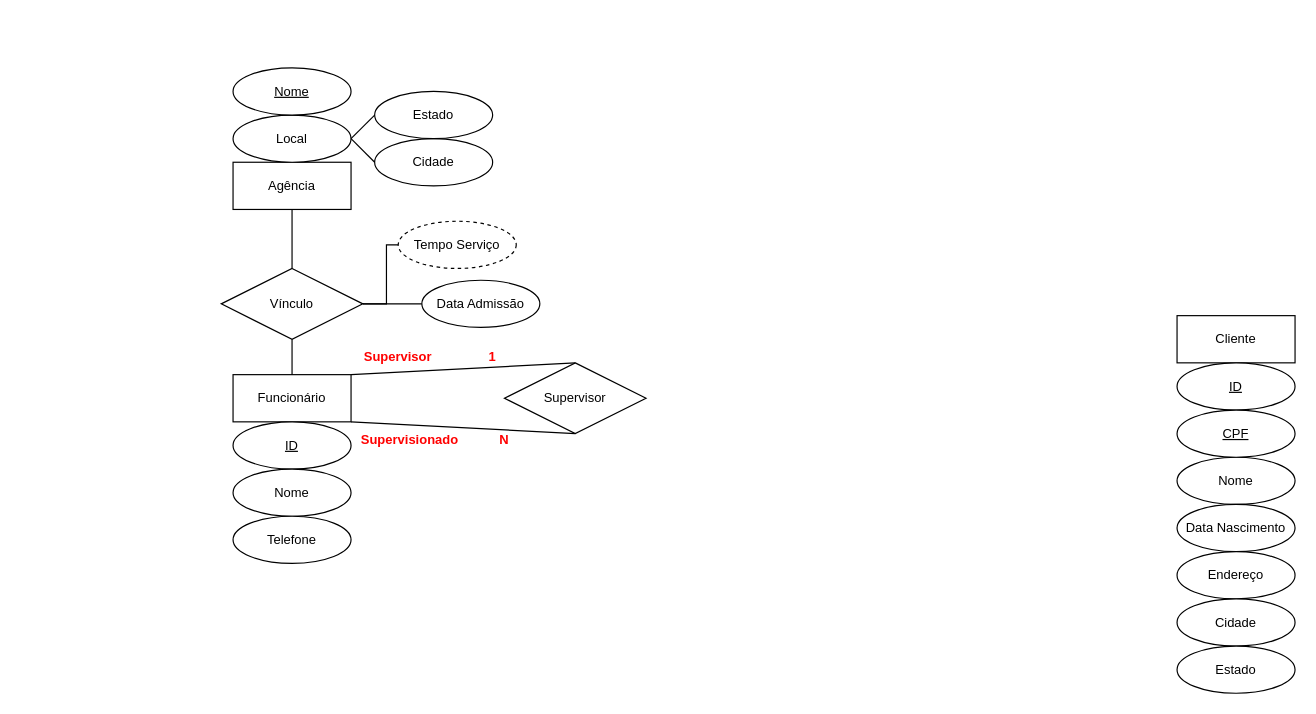
The draw.io diagram Aula 2 - Ex 3.drawio in artfrc/SBD, before the edit. Source tidied: cells renumbered, new cells numbered last; positions are measured from the earlier drawing's top-left corner, leaving out a move shared by most shapes. Both pictures are drawn from the tidied source at 118%, with x=0, y=0 at pixel (221, 67).
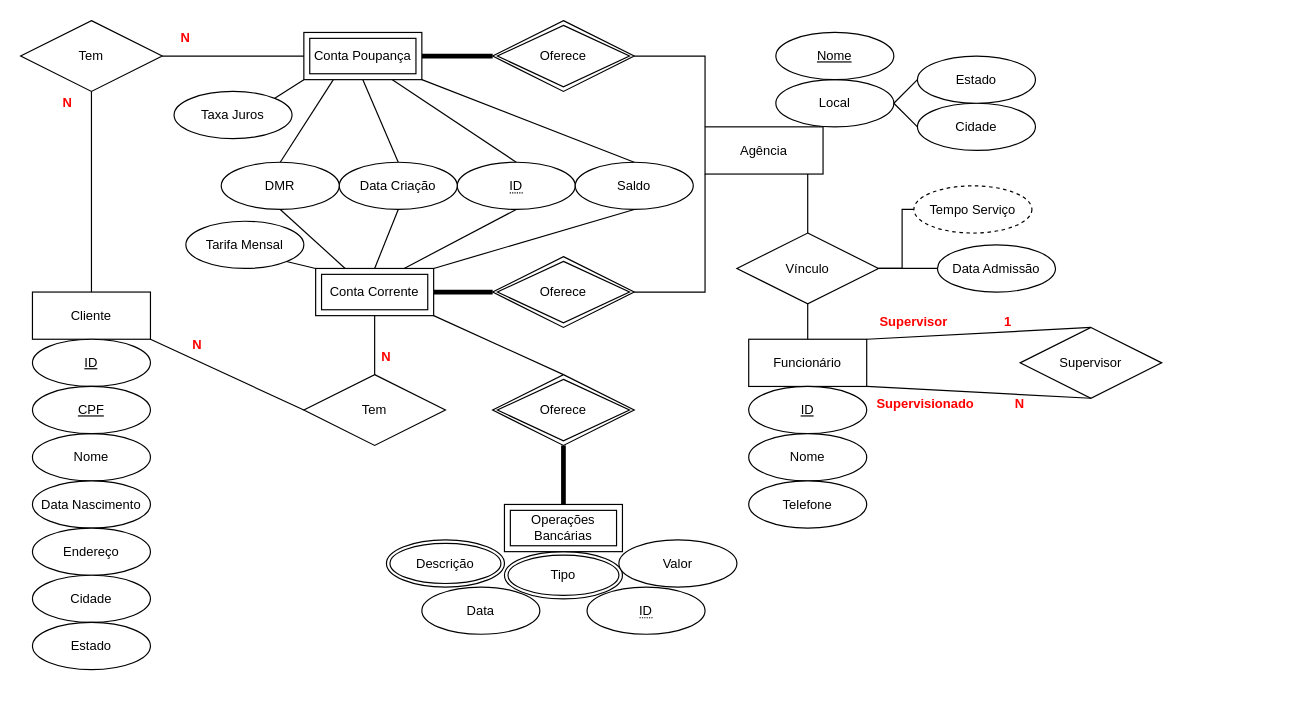
Above is the later version.

Change to the diagram source:
```diff
@@
+    <mxCell id="35" style="edgeStyle=orthogonalEdgeStyle;rounded=0;jettySize=auto;html=1;exitX=0;exitY=0;exitDx=0;exitDy=0;entryX=1;entryY=0.5;entryDx=0;entryDy=0;fontSize=11;fontColor=#000000;endArrow=none;endFill=0;strokeWidth=1;" parent="1" edge="1" source="2" target="38">
+      <mxGeometry relative="1" as="geometry" />
+    </mxCell>
+    <mxCell id="36" style="edgeStyle=orthogonalEdgeStyle;rounded=0;jettySize=auto;html=1;exitX=0;exitY=1;exitDx=0;exitDy=0;entryX=1;entryY=0.5;entryDx=0;entryDy=0;fontSize=11;fontColor=#000000;endArrow=none;endFill=0;strokeWidth=1;" parent="1" edge="1" source="2" target="43">
+      <mxGeometry relative="1" as="geometry" />
+    </mxCell>
     <mxCell id="2" value="Agência" style="whiteSpace=wrap;html=1;align=center;fontSize=11;fontColor=#000000;" parent="1" vertex="1">
-      <mxGeometry x="10" y="80" width="100" height="40" as="geometry" />
+      <mxGeometry x="410" y="50" width="100" height="40" as="geometry" />
     </mxCell>
     <mxCell id="3" value="Local" style="ellipse;whiteSpace=wrap;html=1;align=center;fontSize=11;fontColor=#000000;" parent="1" vertex="1">
-      <mxGeometry x="10" y="40" width="100" height="40" as="geometry" />
+      <mxGeometry x="470" y="10" width="100" height="40" as="geometry" />
     </mxCell>
     <mxCell id="4" value="Cidade" style="ellipse;whiteSpace=wrap;html=1;align=center;fontSize=11;fontColor=#000000;" parent="1" vertex="1">
-      <mxGeometry x="130" y="60" width="100" height="40" as="geometry" />
+      <mxGeometry x="590" y="30" width="100" height="40" as="geometry" />
     </mxCell>
     <mxCell id="5" value="Estado" style="ellipse;whiteSpace=wrap;html=1;align=center;fontSize=11;fontColor=#000000;" parent="1" vertex="1">
-      <mxGeometry x="130" y="20" width="100" height="40" as="geometry" />
+      <mxGeometry x="590" y="-10" width="100" height="40" as="geometry" />
     </mxCell>
     <mxCell id="6" style="endArrow=none;html=1;rounded=0;fontSize=11;fontColor=#000000;strokeWidth=1;exitX=1;exitY=0.5;exitDx=0;exitDy=0;" parent="1" edge="1" source="3">
       <mxGeometry relative="1" as="geometry">
-        <mxPoint x="130" y="40" as="targetPoint" />
+        <mxPoint x="590" y="10" as="targetPoint" />
       </mxGeometry>
     </mxCell>
     <mxCell id="7" style="endArrow=none;html=1;rounded=0;fontSize=11;fontColor=#000000;strokeWidth=1;entryX=0;entryY=0.5;entryDx=0;entryDy=0;" parent="1" edge="1" target="4">
       <mxGeometry relative="1" as="geometry">
-        <mxPoint x="110" y="60" as="sourcePoint" />
+        <mxPoint x="570" y="30" as="sourcePoint" />
       </mxGeometry>
     </mxCell>
     <mxCell id="8" value="Nome" style="ellipse;whiteSpace=wrap;html=1;align=center;fontStyle=4;fontSize=11;fontColor=#000000;" parent="1" vertex="1">
-      <mxGeometry x="10" width="100" height="40" as="geometry" />
+      <mxGeometry x="470" y="-30" width="100" height="40" as="geometry" />
     </mxCell>
     <mxCell id="9" value="Cliente" style="whiteSpace=wrap;html=1;align=center;fontSize=11;fontColor=#000000;" parent="1" vertex="1">
-      <mxGeometry x="810" y="210" width="100" height="40" as="geometry" />
+      <mxGeometry x="-160" y="190" width="100" height="40" as="geometry" />
     </mxCell>
     <mxCell id="10" value="ID" style="ellipse;whiteSpace=wrap;html=1;align=center;fontStyle=4;fontSize=11;fontColor=#000000;" parent="1" vertex="1">
-      <mxGeometry x="810" y="250" width="100" height="40" as="geometry" />
+      <mxGeometry x="-160" y="230" width="100" height="40" as="geometry" />
     </mxCell>
     <mxCell id="11" value="Nome" style="ellipse;whiteSpace=wrap;html=1;align=center;fontSize=11;fontColor=#000000;" parent="1" vertex="1">
-      <mxGeometry x="810" y="330" width="100" height="40" as="geometry" />
+      <mxGeometry x="-160" y="310" width="100" height="40" as="geometry" />
     </mxCell>
     <mxCell id="12" value="CPF" style="ellipse;whiteSpace=wrap;html=1;align=center;fontSize=11;fontColor=#000000;fontStyle=4;" parent="1" vertex="1">
-      <mxGeometry x="810" y="290" width="100" height="40" as="geometry" />
+      <mxGeometry x="-160" y="270" width="100" height="40" as="geometry" />
     </mxCell>
     <mxCell id="13" value="Data Nascimento" style="ellipse;whiteSpace=wrap;html=1;align=center;fontSize=11;fontColor=#000000;" parent="1" vertex="1">
-      <mxGeometry x="810" y="370" width="100" height="40" as="geometry" />
+      <mxGeometry x="-160" y="350" width="100" height="40" as="geometry" />
     </mxCell>
     <mxCell id="14" value="Endereço" style="ellipse;whiteSpace=wrap;html=1;align=center;fontSize=11;fontColor=#000000;" parent="1" vertex="1">
-      <mxGeometry x="810" y="410" width="100" height="40" as="geometry" />
+      <mxGeometry x="-160" y="390" width="100" height="40" as="geometry" />
     </mxCell>
     <mxCell id="15" value="Cidade" style="ellipse;whiteSpace=wrap;html=1;align=center;fontSize=11;fontColor=#000000;" parent="1" vertex="1">
-      <mxGeometry x="810" y="450" width="100" height="40" as="geometry" />
+      <mxGeometry x="-160" y="430" width="100" height="40" as="geometry" />
     </mxCell>
     <mxCell id="16" value="Estado" style="ellipse;whiteSpace=wrap;html=1;align=center;fontSize=11;fontColor=#000000;" parent="1" vertex="1">
-      <mxGeometry x="810" y="490" width="100" height="40" as="geometry" />
+      <mxGeometry x="-160" y="470" width="100" height="40" as="geometry" />
     </mxCell>
     <mxCell id="17" value="Funcionário" style="whiteSpace=wrap;html=1;align=center;fontSize=11;fontColor=#000000;" parent="1" vertex="1">
-      <mxGeometry x="10" y="260" width="100" height="40" as="geometry" />
+      <mxGeometry x="447" y="230" width="100" height="40" as="geometry" />
     </mxCell>
     <mxCell id="18" value="ID" style="ellipse;whiteSpace=wrap;html=1;align=center;fontStyle=4;fontSize=11;fontColor=#000000;" parent="1" vertex="1">
-      <mxGeometry x="10" y="300" width="100" height="40" as="geometry" />
+      <mxGeometry x="447" y="270" width="100" height="40" as="geometry" />
     </mxCell>
     <mxCell id="19" value="Nome" style="ellipse;whiteSpace=wrap;html=1;align=center;fontSize=11;fontColor=#000000;" parent="1" vertex="1">
-      <mxGeometry x="10" y="340" width="100" height="40" as="geometry" />
+      <mxGeometry x="447" y="310" width="100" height="40" as="geometry" />
     </mxCell>
     <mxCell id="20" value="Telefone" style="ellipse;whiteSpace=wrap;html=1;align=center;fontSize=11;fontColor=#000000;" parent="1" vertex="1">
-      <mxGeometry x="10" y="380" width="100" height="40" as="geometry" />
+      <mxGeometry x="447" y="350" width="100" height="40" as="geometry" />
     </mxCell>
     <mxCell id="21" value="Supervisor" style="shape=rhombus;perimeter=rhombusPerimeter;whiteSpace=wrap;html=1;align=center;fontSize=11;fontColor=#000000;" parent="1" vertex="1">
-      <mxGeometry x="240" y="250" width="120" height="60" as="geometry" />
+      <mxGeometry x="677" y="220" width="120" height="60" as="geometry" />
     </mxCell>
@@
     <mxCell id="24" value="&lt;b&gt;&lt;font color=&quot;#ff0000&quot;&gt;Supervisionado&lt;/font&gt;&lt;/b&gt;" style="text;html=1;strokeColor=none;fillColor=none;align=center;verticalAlign=middle;whiteSpace=wrap;rounded=0;fontSize=11;fontColor=#000000;" parent="1" vertex="1">
-      <mxGeometry x="130" y="300" width="60" height="30" as="geometry" />
+      <mxGeometry x="567" y="270" width="60" height="30" as="geometry" />
     </mxCell>
     <mxCell id="25" value="&lt;b&gt;&lt;font color=&quot;#ff0000&quot;&gt;Supervisor&lt;/font&gt;&lt;/b&gt;" style="text;html=1;strokeColor=none;fillColor=none;align=center;verticalAlign=middle;whiteSpace=wrap;rounded=0;fontSize=11;fontColor=#000000;" parent="1" vertex="1">
-      <mxGeometry x="120" y="230" width="60" height="30" as="geometry" />
+      <mxGeometry x="557" y="200" width="60" height="30" as="geometry" />
     </mxCell>
     <mxCell id="26" value="&lt;b&gt;&lt;font color=&quot;#ff0000&quot;&gt;1&lt;/font&gt;&lt;/b&gt;" style="text;html=1;strokeColor=none;fillColor=none;align=center;verticalAlign=middle;whiteSpace=wrap;rounded=0;fontSize=11;fontColor=#000000;" parent="1" vertex="1">
-      <mxGeometry x="200" y="230" width="60" height="30" as="geometry" />
+      <mxGeometry x="637" y="200" width="60" height="30" as="geometry" />
     </mxCell>
     <mxCell id="27" value="&lt;b&gt;&lt;font color=&quot;#ff0000&quot;&gt;N&lt;/font&gt;&lt;/b&gt;" style="text;html=1;strokeColor=none;fillColor=none;align=center;verticalAlign=middle;whiteSpace=wrap;rounded=0;fontSize=11;fontColor=#000000;" parent="1" vertex="1">
-      <mxGeometry x="210" y="300" width="60" height="30" as="geometry" />
+      <mxGeometry x="647" y="270" width="60" height="30" as="geometry" />
     </mxCell>
@@
-    <mxCell id="29" style="edgeStyle=orthogonalEdgeStyle;rounded=0;jettySize=auto;html=1;exitX=0.5;exitY=0;exitDx=0;exitDy=0;entryX=0.5;entryY=1;entryDx=0;entryDy=0;fontSize=11;fontColor=#000000;endArrow=none;endFill=0;strokeWidth=1;" parent="1" edge="1" source="32" target="2">
-      <mxGeometry relative="1" as="geometry" />
+    <mxCell id="29" style="edgeStyle=orthogonalEdgeStyle;rounded=0;jettySize=auto;html=1;exitX=0.5;exitY=0;exitDx=0;exitDy=0;entryX=0.5;entryY=1;entryDx=0;entryDy=0;fontSize=11;fontColor=#000000;endArrow=none;endFill=0;strokeWidth=1;" parent="1" edge="1" source="32">
+      <mxGeometry relative="1" as="geometry">
+        <mxPoint x="497" y="90" as="targetPoint" />
+      </mxGeometry>
     </mxCell>
@@
     <mxCell id="32" value="Vínculo" style="shape=rhombus;perimeter=rhombusPerimeter;whiteSpace=wrap;html=1;align=center;fontSize=11;fontColor=#000000;" parent="1" vertex="1">
-      <mxGeometry y="170" width="120" height="60" as="geometry" />
+      <mxGeometry x="437" y="140" width="120" height="60" as="geometry" />
     </mxCell>
     <mxCell id="33" value="Data Admissão" style="ellipse;whiteSpace=wrap;html=1;align=center;fontSize=11;fontColor=#000000;" parent="1" vertex="1">
-      <mxGeometry x="170" y="180" width="100" height="40" as="geometry" />
+      <mxGeometry x="607" y="150" width="100" height="40" as="geometry" />
     </mxCell>
     <mxCell id="34" value="Tempo Serviço" style="ellipse;whiteSpace=wrap;html=1;align=center;dashed=1;fontSize=11;fontColor=#000000;" parent="1" vertex="1">
-      <mxGeometry x="150" y="130" width="100" height="40" as="geometry" />
+      <mxGeometry x="587" y="100" width="100" height="40" as="geometry" />
     </mxCell>
+    <mxCell id="37" style="edgeStyle=orthogonalEdgeStyle;rounded=0;jettySize=auto;html=1;exitX=0;exitY=0.5;exitDx=0;exitDy=0;entryX=1;entryY=0.5;entryDx=0;entryDy=0;fontSize=11;fontColor=#000000;endArrow=none;endFill=0;strokeWidth=4;" parent="1" edge="1" source="38" target="39">
+      <mxGeometry relative="1" as="geometry" />
+    </mxCell>
+    <mxCell id="38" value="Oferece" style="shape=rhombus;double=1;perimeter=rhombusPerimeter;whiteSpace=wrap;html=1;align=center;fontSize=11;fontColor=#000000;" parent="1" vertex="1">
+      <mxGeometry x="230" y="-40" width="120" height="60" as="geometry" />
+    </mxCell>
+    <mxCell id="39" value="Conta Poupança" style="shape=ext;margin=3;double=1;whiteSpace=wrap;html=1;align=center;fontSize=11;fontColor=#000000;" parent="1" vertex="1">
+      <mxGeometry x="70" y="-30" width="100" height="40" as="geometry" />
+    </mxCell>
+    <mxCell id="40" value="&lt;span style=&quot;border-bottom: 1px dotted&quot;&gt;ID&lt;/span&gt;" style="ellipse;whiteSpace=wrap;html=1;align=center;fontSize=11;fontColor=#000000;" parent="1" vertex="1">
+      <mxGeometry x="200" y="80" width="100" height="40" as="geometry" />
+    </mxCell>
+    <mxCell id="41" value="Data Criação" style="ellipse;whiteSpace=wrap;html=1;align=center;fontSize=11;fontColor=#000000;" parent="1" vertex="1">
+      <mxGeometry x="100" y="80" width="100" height="40" as="geometry" />
+    </mxCell>
+    <mxCell id="42" style="edgeStyle=orthogonalEdgeStyle;rounded=0;jettySize=auto;html=1;exitX=0;exitY=0.5;exitDx=0;exitDy=0;entryX=1;entryY=0.5;entryDx=0;entryDy=0;fontSize=11;fontColor=#000000;endArrow=none;endFill=0;strokeWidth=4;" parent="1" edge="1" source="43" target="44">
+      <mxGeometry relative="1" as="geometry" />
+    </mxCell>
+    <mxCell id="43" value="Oferece" style="shape=rhombus;double=1;perimeter=rhombusPerimeter;whiteSpace=wrap;html=1;align=center;fontSize=11;fontColor=#000000;" parent="1" vertex="1">
+      <mxGeometry x="230" y="160" width="120" height="60" as="geometry" />
+    </mxCell>
+    <mxCell id="44" value="Conta Corrente" style="shape=ext;margin=3;double=1;whiteSpace=wrap;html=1;align=center;fontSize=11;fontColor=#000000;" parent="1" vertex="1">
+      <mxGeometry x="80" y="170" width="100" height="40" as="geometry" />
+    </mxCell>
+    <mxCell id="45" value="Saldo" style="ellipse;whiteSpace=wrap;html=1;align=center;fontSize=11;fontColor=#000000;" parent="1" vertex="1">
+      <mxGeometry x="300" y="80" width="100" height="40" as="geometry" />
+    </mxCell>
+    <mxCell id="46" value="DMR" style="ellipse;whiteSpace=wrap;html=1;align=center;fontSize=11;fontColor=#000000;" parent="1" vertex="1">
+      <mxGeometry y="80" width="100" height="40" as="geometry" />
+    </mxCell>
+    <mxCell id="47" style="endArrow=none;html=1;rounded=0;fontSize=11;fontColor=#000000;strokeWidth=1;exitX=0.5;exitY=1;exitDx=0;exitDy=0;entryX=0.25;entryY=0;entryDx=0;entryDy=0;" parent="1" edge="1" source="46" target="44">
+      <mxGeometry relative="1" as="geometry" />
+    </mxCell>
+    <mxCell id="48" style="endArrow=none;html=1;rounded=0;fontSize=11;fontColor=#000000;strokeWidth=1;exitX=0.5;exitY=1;exitDx=0;exitDy=0;entryX=0.5;entryY=0;entryDx=0;entryDy=0;" parent="1" edge="1" source="41" target="44">
+      <mxGeometry relative="1" as="geometry" />
+    </mxCell>
+    <mxCell id="49" style="endArrow=none;html=1;rounded=0;fontSize=11;fontColor=#000000;strokeWidth=1;exitX=0.5;exitY=1;exitDx=0;exitDy=0;entryX=0.75;entryY=0;entryDx=0;entryDy=0;" parent="1" edge="1" source="40" target="44">
+      <mxGeometry relative="1" as="geometry" />
+    </mxCell>
+    <mxCell id="50" style="endArrow=none;html=1;rounded=0;fontSize=11;fontColor=#000000;strokeWidth=1;exitX=0.5;exitY=1;exitDx=0;exitDy=0;entryX=1;entryY=0;entryDx=0;entryDy=0;" parent="1" edge="1" source="45" target="44">
+      <mxGeometry relative="1" as="geometry" />
+    </mxCell>
+    <mxCell id="51" style="endArrow=none;html=1;rounded=0;fontSize=11;fontColor=#000000;strokeWidth=1;exitX=1;exitY=1;exitDx=0;exitDy=0;entryX=0.5;entryY=0;entryDx=0;entryDy=0;" parent="1" edge="1" source="39" target="45">
+      <mxGeometry relative="1" as="geometry" />
+    </mxCell>
+    <mxCell id="52" style="endArrow=none;html=1;rounded=0;fontSize=11;fontColor=#000000;strokeWidth=1;exitX=0.75;exitY=1;exitDx=0;exitDy=0;entryX=0.5;entryY=0;entryDx=0;entryDy=0;" parent="1" edge="1" source="39" target="40">
+      <mxGeometry relative="1" as="geometry" />
+    </mxCell>
+    <mxCell id="53" style="endArrow=none;html=1;rounded=0;fontSize=11;fontColor=#000000;strokeWidth=1;exitX=0.5;exitY=1;exitDx=0;exitDy=0;entryX=0.5;entryY=0;entryDx=0;entryDy=0;" parent="1" edge="1" source="39" target="41">
+      <mxGeometry relative="1" as="geometry" />
+    </mxCell>
+    <mxCell id="54" style="endArrow=none;html=1;rounded=0;fontSize=11;fontColor=#000000;strokeWidth=1;exitX=0.25;exitY=1;exitDx=0;exitDy=0;entryX=0.5;entryY=0;entryDx=0;entryDy=0;" parent="1" edge="1" source="39" target="46">
+      <mxGeometry relative="1" as="geometry" />
+    </mxCell>
+    <mxCell id="55" value="Taxa Juros" style="ellipse;whiteSpace=wrap;html=1;align=center;fontSize=11;fontColor=#000000;" parent="1" vertex="1">
+      <mxGeometry x="-40" y="20" width="100" height="40" as="geometry" />
+    </mxCell>
+    <mxCell id="56" style="endArrow=none;html=1;rounded=0;fontSize=11;fontColor=#000000;strokeWidth=1;exitX=0;exitY=1;exitDx=0;exitDy=0;entryX=1;entryY=0;entryDx=0;entryDy=0;" parent="1" edge="1" source="39" target="55">
+      <mxGeometry relative="1" as="geometry" />
+    </mxCell>
+    <mxCell id="57" value="Tarifa Mensal" style="ellipse;whiteSpace=wrap;html=1;align=center;fontSize=11;fontColor=#000000;" parent="1" vertex="1">
+      <mxGeometry x="-30" y="130" width="100" height="40" as="geometry" />
+    </mxCell>
+    <mxCell id="58" style="endArrow=none;html=1;rounded=0;fontSize=11;fontColor=#000000;strokeWidth=1;exitX=0;exitY=0;exitDx=0;exitDy=0;entryX=1;entryY=1;entryDx=0;entryDy=0;" parent="1" edge="1" source="44" target="57">
+      <mxGeometry relative="1" as="geometry" />
+    </mxCell>
+    <mxCell id="59" style="edgeStyle=orthogonalEdgeStyle;rounded=0;jettySize=auto;html=1;exitX=1;exitY=0.5;exitDx=0;exitDy=0;entryX=0;entryY=0.5;entryDx=0;entryDy=0;fontSize=11;fontColor=#000000;endArrow=none;endFill=0;strokeWidth=1;" parent="1" edge="1" source="61" target="39">
+      <mxGeometry relative="1" as="geometry" />
+    </mxCell>
+    <mxCell id="60" style="edgeStyle=orthogonalEdgeStyle;rounded=0;jettySize=auto;html=1;exitX=0.5;exitY=1;exitDx=0;exitDy=0;entryX=0.5;entryY=0;entryDx=0;entryDy=0;fontSize=11;fontColor=#000000;endArrow=none;endFill=0;strokeWidth=1;" parent="1" edge="1" source="61" target="9">
+      <mxGeometry relative="1" as="geometry" />
+    </mxCell>
+    <mxCell id="61" value="Tem" style="shape=rhombus;perimeter=rhombusPerimeter;whiteSpace=wrap;html=1;align=center;fontSize=11;fontColor=#000000;" parent="1" vertex="1">
+      <mxGeometry x="-170" y="-40" width="120" height="60" as="geometry" />
+    </mxCell>
+    <mxCell id="62" value="Tem" style="shape=rhombus;perimeter=rhombusPerimeter;whiteSpace=wrap;html=1;align=center;fontSize=11;fontColor=#000000;" parent="1" vertex="1">
+      <mxGeometry x="70" y="260" width="120" height="60" as="geometry" />
+    </mxCell>
+    <mxCell id="63" style="endArrow=none;html=1;rounded=0;fontSize=11;fontColor=#000000;strokeWidth=1;exitX=1;exitY=1;exitDx=0;exitDy=0;entryX=0;entryY=0.5;entryDx=0;entryDy=0;" parent="1" edge="1" source="9" target="62">
+      <mxGeometry relative="1" as="geometry" />
+    </mxCell>
+    <mxCell id="64" style="endArrow=none;html=1;rounded=0;fontSize=11;fontColor=#000000;strokeWidth=1;exitX=0.5;exitY=0;exitDx=0;exitDy=0;entryX=0.5;entryY=1;entryDx=0;entryDy=0;" parent="1" edge="1" source="62" target="44">
+      <mxGeometry relative="1" as="geometry" />
+    </mxCell>
+    <mxCell id="65" value="&lt;b&gt;&lt;font color=&quot;#ff0000&quot;&gt;N&lt;/font&gt;&lt;/b&gt;" style="text;html=1;strokeColor=none;fillColor=none;align=center;verticalAlign=middle;whiteSpace=wrap;rounded=0;fontSize=11;fontColor=#000000;" parent="1" vertex="1">
+      <mxGeometry x="-60" y="-40" width="60" height="30" as="geometry" />
+    </mxCell>
+    <mxCell id="66" value="&lt;b&gt;&lt;font color=&quot;#ff0000&quot;&gt;N&lt;/font&gt;&lt;/b&gt;" style="text;html=1;strokeColor=none;fillColor=none;align=center;verticalAlign=middle;whiteSpace=wrap;rounded=0;fontSize=11;fontColor=#000000;" parent="1" vertex="1">
+      <mxGeometry x="-160" y="15" width="60" height="30" as="geometry" />
+    </mxCell>
+    <mxCell id="67" value="&lt;b&gt;&lt;font color=&quot;#ff0000&quot;&gt;N&lt;/font&gt;&lt;/b&gt;" style="text;html=1;strokeColor=none;fillColor=none;align=center;verticalAlign=middle;whiteSpace=wrap;rounded=0;fontSize=11;fontColor=#000000;" parent="1" vertex="1">
+      <mxGeometry x="-50" y="220" width="60" height="30" as="geometry" />
+    </mxCell>
+    <mxCell id="68" value="&lt;b&gt;&lt;font color=&quot;#ff0000&quot;&gt;N&lt;/font&gt;&lt;/b&gt;" style="text;html=1;strokeColor=none;fillColor=none;align=center;verticalAlign=middle;whiteSpace=wrap;rounded=0;fontSize=11;fontColor=#000000;" parent="1" vertex="1">
+      <mxGeometry x="110" y="230" width="60" height="30" as="geometry" />
+    </mxCell>
+    <mxCell id="69" style="endArrow=none;html=1;rounded=0;fontSize=11;fontColor=#000000;strokeWidth=1;exitX=1;exitY=1;exitDx=0;exitDy=0;entryX=0.5;entryY=0;entryDx=0;entryDy=0;" parent="1" edge="1" source="44">
+      <mxGeometry relative="1" as="geometry">
+        <mxPoint x="290" y="260" as="targetPoint" />
+      </mxGeometry>
+    </mxCell>
+    <mxCell id="70" style="endArrow=none;html=1;rounded=0;fontSize=11;fontColor=#000000;strokeWidth=4;entryX=0.5;entryY=1;entryDx=0;entryDy=0;exitX=0.5;exitY=0;exitDx=0;exitDy=0;" parent="1" edge="1">
+      <mxGeometry relative="1" as="geometry">
+        <mxPoint x="290" y="370" as="sourcePoint" />
+        <mxPoint x="290" y="320" as="targetPoint" />
+      </mxGeometry>
+    </mxCell>
+    <mxCell id="71" value="Tipo" style="ellipse;shape=doubleEllipse;margin=3;whiteSpace=wrap;html=1;align=center;fontSize=11;fontColor=#000000;" parent="1" vertex="1">
+      <mxGeometry x="240" y="410" width="100" height="40" as="geometry" />
+    </mxCell>
+    <mxCell id="72" value="Descrição" style="ellipse;shape=doubleEllipse;margin=3;whiteSpace=wrap;html=1;align=center;fontSize=11;fontColor=#000000;" parent="1" vertex="1">
+      <mxGeometry x="140" y="400" width="100" height="40" as="geometry" />
+    </mxCell>
+    <mxCell id="73" value="Valor" style="ellipse;whiteSpace=wrap;html=1;align=center;fontSize=11;fontColor=#000000;" parent="1" vertex="1">
+      <mxGeometry x="337" y="400" width="100" height="40" as="geometry" />
+    </mxCell>
+    <mxCell id="74" value="Data" style="ellipse;whiteSpace=wrap;html=1;align=center;fontSize=11;fontColor=#000000;" parent="1" vertex="1">
+      <mxGeometry x="170" y="440" width="100" height="40" as="geometry" />
+    </mxCell>
+    <mxCell id="75" value="Operações Bancárias" style="shape=ext;margin=3;double=1;whiteSpace=wrap;html=1;align=center;fontSize=11;fontColor=#000000;" parent="1" vertex="1">
+      <mxGeometry x="240" y="370" width="100" height="40" as="geometry" />
+    </mxCell>
+    <mxCell id="76" value="Oferece" style="shape=rhombus;double=1;perimeter=rhombusPerimeter;whiteSpace=wrap;html=1;align=center;fontSize=11;fontColor=#000000;" parent="1" vertex="1">
+      <mxGeometry x="230" y="260" width="120" height="60" as="geometry" />
+    </mxCell>
+    <mxCell id="77" value="&lt;span style=&quot;border-bottom: 1px dotted&quot;&gt;ID&lt;/span&gt;" style="ellipse;whiteSpace=wrap;html=1;align=center;fontSize=11;fontColor=#000000;" parent="1" vertex="1">
+      <mxGeometry x="310" y="440" width="100" height="40" as="geometry" />
+    </mxCell>
```
